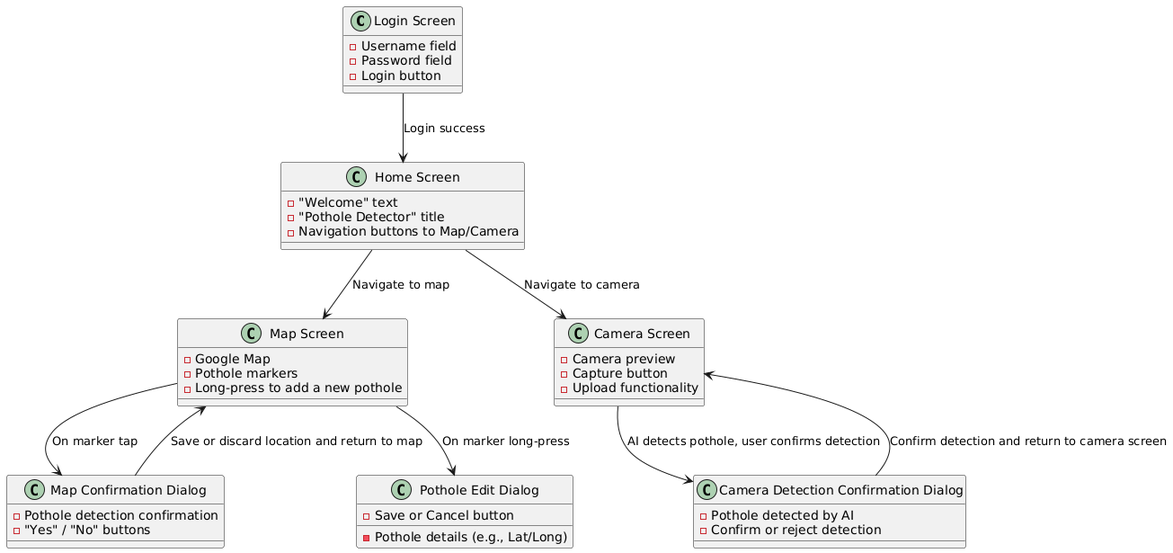
Swintleton/pothole_server keeps this PlantUML diagram as documentation/user_interface_diagram.png. Above is the earlier version.
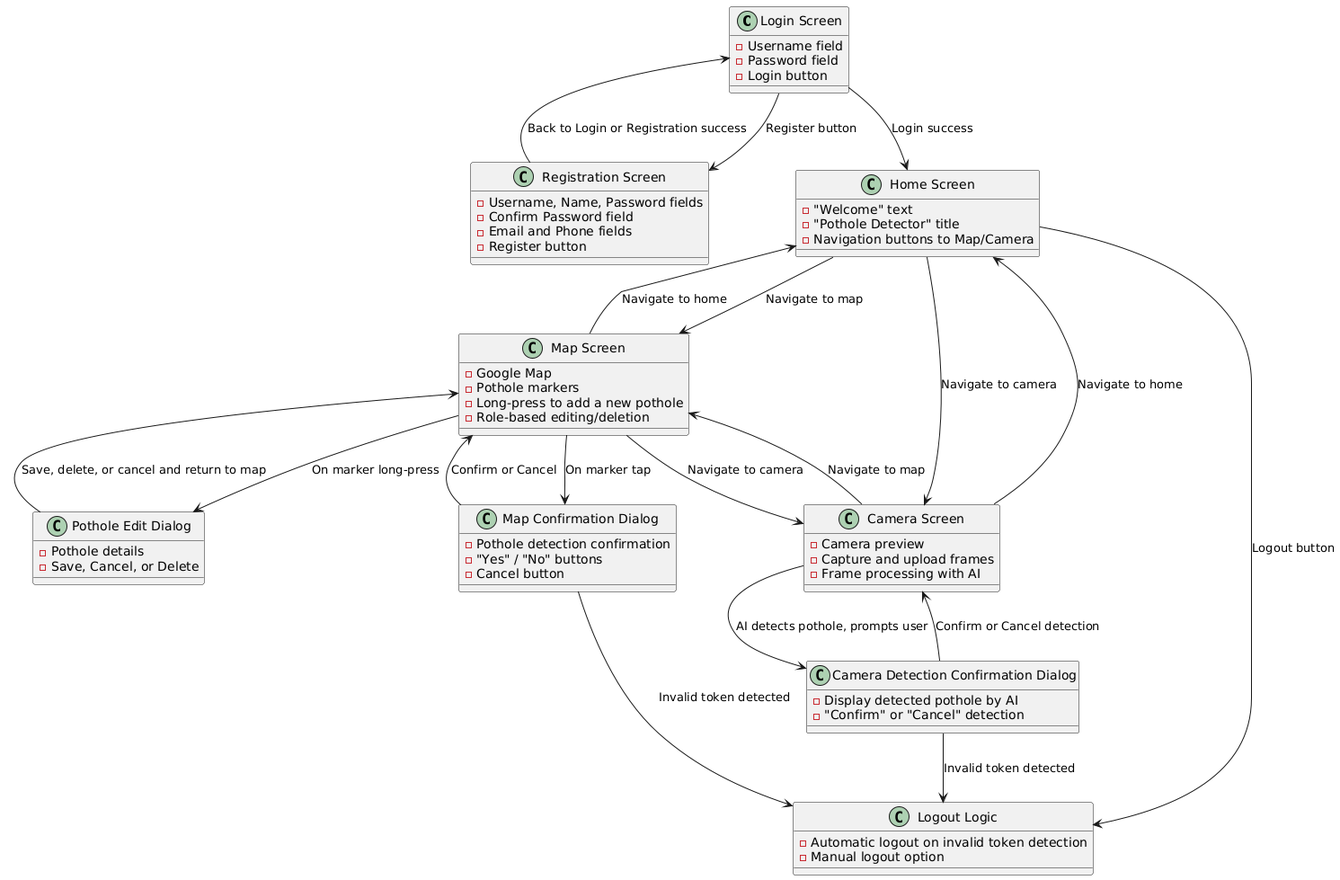
Later version of the same file.

Diff of the diagram source:
```diff
@@ -5,6 +5,13 @@
   - Username field
   - Password field
   - Login button
+}
+
+RECTANGLE "Registration Screen" as Registration {
+  - Username, Name, Password fields
+  - Confirm Password field
+  - Email and Phone fields
+  - Register button
 }
 
 RECTANGLE "Home Screen" as Home {
@@ -17,35 +24,52 @@
   - Google Map
   - Pothole markers
   - Long-press to add a new pothole
-}
-
-RECTANGLE "Camera Screen" as Camera {
-  - Camera preview
-  - Capture button
-  - Upload functionality
+  - Role-based editing/deletion
 }
 
 RECTANGLE "Map Confirmation Dialog" as MapConfirm {
   - Pothole detection confirmation
   - "Yes" / "No" buttons
+  - Cancel button
+}
+
+RECTANGLE "Camera Screen" as Camera {
+  - Camera preview
+  - Capture and upload frames
+  - Frame processing with AI
 }
 
 RECTANGLE "Camera Detection Confirmation Dialog" as CameraConfirm {
-  - Pothole detected by AI
-  - Confirm or reject detection
+  - Display detected pothole by AI
+  - "Confirm" or "Cancel" detection
 }
 
 RECTANGLE "Pothole Edit Dialog" as Edit {
-  - Pothole details (e.g., Lat/Long)
-  - Save or Cancel button
+  - Pothole details
+  - Save, Cancel, or Delete
+}
+
+RECTANGLE "Logout Logic" as Logout {
+  - Automatic logout on invalid token detection
+  - Manual logout option
 }
 
 Login --> Home : Login success
+Login --> Registration : "Register button"
+Registration --> Login : Back to Login or Registration success
 Home --> Map : Navigate to map
+Map --> Home : Navigate to home
 Home --> Camera : Navigate to camera
-Map --> MapConfirm : On marker tap
-Map --> Edit : On marker long-press
-MapConfirm --> Map : Save or discard location and return to map
-Camera --> CameraConfirm : AI detects pothole, user confirms detection
-CameraConfirm --> Camera : Confirm detection and return to camera screen
+Camera --> Home : Navigate to home
+Home --> Logout : "Logout button"
+Map --> MapConfirm : "On marker tap"
+Map --> Edit : "On marker long-press"
+MapConfirm --> Map : "Confirm or Cancel"
+Camera --> CameraConfirm : "AI detects pothole, prompts user"
+CameraConfirm --> Camera : "Confirm or Cancel detection"
+Edit --> Map : "Save, delete, or cancel and return to map"
+CameraConfirm --> Logout : "Invalid token detected"
+MapConfirm --> Logout : "Invalid token detected"
+Map --> Camera : Navigate to camera
+Camera --> Map : Navigate to map
 @enduml
```
